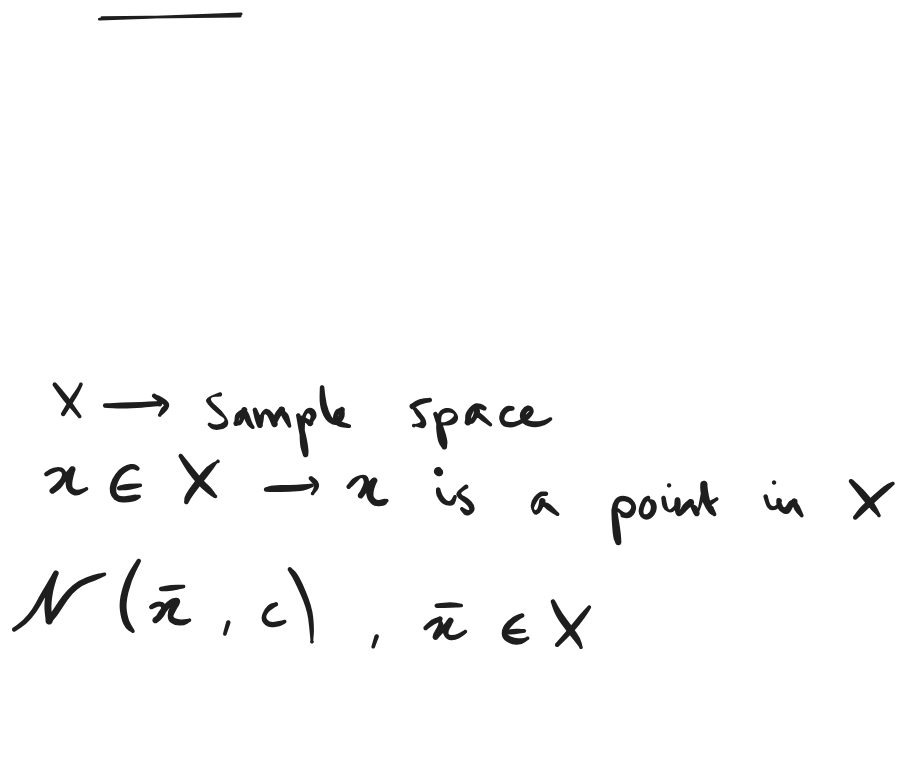
Before: work_log/figs/dist.excalidraw.svg, a diagram exported from Excalidraw (0thomasholland/Part_III_Project). Source tidied: one line per element, renumbered; positions are measured from the earlier drawing's top-left corner, leaving out a move shared by most shapes.
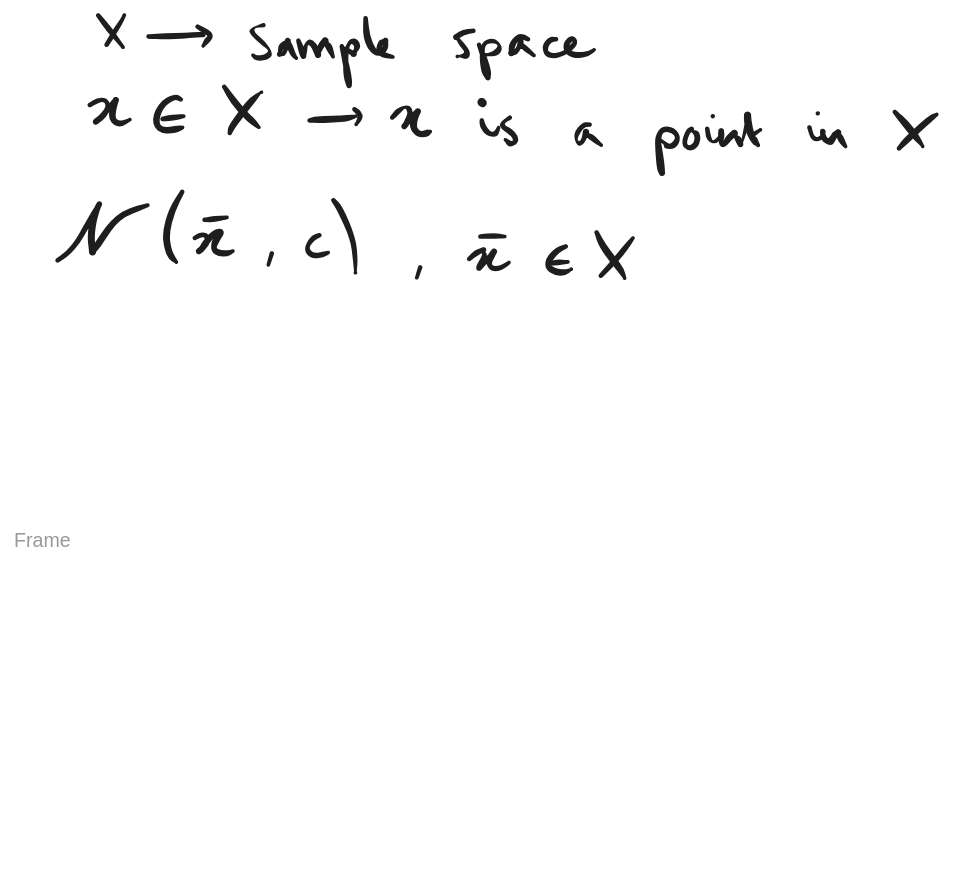
Above is the later version.

Commit message:
Update distribution diagram layout

What changed in the source:
```diff
@@ -1,4 +1,3 @@
-{"id": 0, "type": "line", "strokeColor": "#1e1e1e", "strokeWidth": 2, "roughness": 1, "round": true, "x": 61, "y": 4, "width": 100, "height": 4, "points": [[0, 0], [100, -4]]}
 {"id": 1, "type": "freedraw", "strokeColor": "#1e1e1e", "strokeWidth": 1, "roughness": 1, "x": 29, "y": 265, "width": 19, "height": 25, "points": [[0, 0], [1, 1], [14, 18], [18, 23], [19, 25], [18, 23], [18, 23]]}
 {"id": 2, "type": "freedraw", "strokeColor": "#1e1e1e", "strokeWidth": 1, "roughness": 1, "x": 35, "y": 286, "width": 14, "height": 22, "points": [[0, 0], [2, -3], [13, -21], [14, -22], [13, -22], [13, -22]]}
 {"id": 3, "type": "freedraw", "strokeColor": "#1e1e1e", "strokeWidth": 1, "roughness": 1, "x": 65, "y": 280, "width": 43, "height": 3, "points": [[0, 0], [20, 0], [38, -1], [43, -2], [41, -1], [38, -1], [37, -2], [37, -3], [39, -3], [39, -3]]}
```
